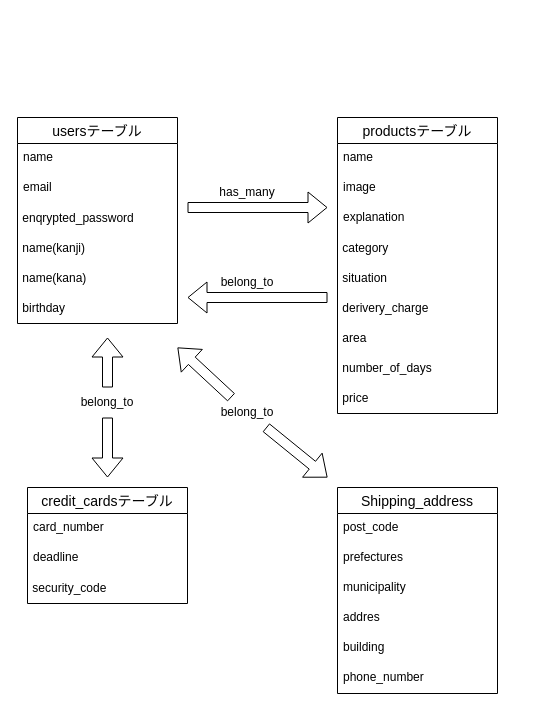
Before: page "ページ1" (1 of 2) of er図.dio in snsk1997/furima-38458, a draw.io diagram. Source tidied: cells renumbered, new cells numbered last; positions are measured from the earlier drawing's top-left corner, leaving out a move shared by most shapes. Both pictures are drawn from the tidied source at 100%, with x=0, y=0 at pixel (17, 117).
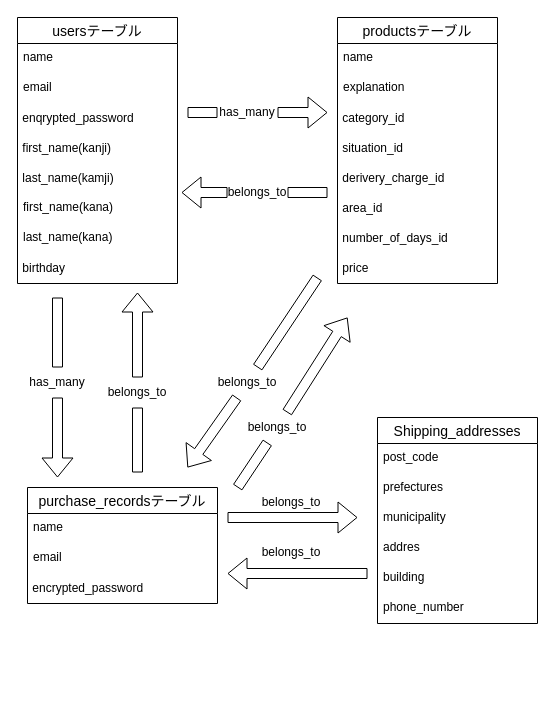
The same page after the edit.

Commit message:
README.mdファイル修正#2

What changed in the source:
```diff
@@
     <mxCell id="2" value="usersテーブル" style="swimlane;fontStyle=0;horizontal=1;startSize=26;align=center;fontSize=14;" parent="1" vertex="1">
-      <mxGeometry width="160" height="206" as="geometry" />
+      <mxGeometry y="-100" width="160" height="266" as="geometry" />
     </mxCell>
@@
-    <mxCell id="6" value="&amp;nbsp;name(kanji)" style="text;html=1;strokeColor=none;fillColor=none;align=left;verticalAlign=middle;whiteSpace=wrap;rounded=0;" parent="2" vertex="1">
+    <mxCell id="6" value="&amp;nbsp;first_name(kanji)" style="text;html=1;strokeColor=none;fillColor=none;align=left;verticalAlign=middle;whiteSpace=wrap;rounded=0;" parent="2" vertex="1">
       <mxGeometry y="116" width="160" height="30" as="geometry" />
     </mxCell>
-    <mxCell id="7" value="&amp;nbsp;name(kana)" style="text;html=1;strokeColor=none;fillColor=none;align=left;verticalAlign=middle;whiteSpace=wrap;rounded=0;" parent="2" vertex="1">
+    <mxCell id="7" value="&amp;nbsp;last_name(kamji)" style="text;html=1;strokeColor=none;fillColor=none;align=left;verticalAlign=middle;whiteSpace=wrap;rounded=0;" parent="2" vertex="1">
       <mxGeometry y="146" width="160" height="30" as="geometry" />
     </mxCell>
+    <mxCell id="40" value="first_name(kana)" style="text;strokeColor=none;fillColor=none;spacingLeft=4;spacingRight=4;overflow=hidden;fontSize=12;" parent="2" vertex="1">
+      <mxGeometry y="176" width="160" height="30" as="geometry" />
+    </mxCell>
+    <mxCell id="41" value="last_name(kana)" style="text;strokeColor=none;fillColor=none;spacingLeft=4;spacingRight=4;overflow=hidden;fontSize=12;" parent="2" vertex="1">
+      <mxGeometry y="206" width="160" height="30" as="geometry" />
+    </mxCell>
     <mxCell id="8" value="&amp;nbsp;birthday" style="text;html=1;strokeColor=none;fillColor=none;align=left;verticalAlign=middle;whiteSpace=wrap;rounded=0;" parent="2" vertex="1">
-      <mxGeometry y="176" width="160" height="30" as="geometry" />
+      <mxGeometry y="236" width="160" height="30" as="geometry" />
     </mxCell>
     <mxCell id="9" value="productsテーブル" style="swimlane;fontStyle=0;horizontal=1;startSize=26;align=center;fontSize=14;" parent="1" vertex="1">
-      <mxGeometry x="320" width="160" height="296" as="geometry" />
+      <mxGeometry x="320" y="-100" width="160" height="266" as="geometry" />
     </mxCell>
@@
-    <mxCell id="11" value="image" style="text;strokeColor=none;fillColor=none;spacingLeft=4;spacingRight=4;overflow=hidden;fontSize=12;" parent="9" vertex="1">
-      <mxGeometry y="56" width="160" height="30" as="geometry" />
-    </mxCell>
     <mxCell id="12" value="explanation" style="text;strokeColor=none;fillColor=none;spacingLeft=4;spacingRight=4;overflow=hidden;fontSize=12;" parent="9" vertex="1">
-      <mxGeometry y="86" width="160" height="30" as="geometry" />
+      <mxGeometry y="56" width="160" height="30" as="geometry" />
     </mxCell>
-    <mxCell id="13" value="&amp;nbsp;category" style="text;html=1;strokeColor=none;fillColor=none;align=left;verticalAlign=middle;whiteSpace=wrap;rounded=0;" parent="9" vertex="1">
-      <mxGeometry y="116" width="160" height="30" as="geometry" />
+    <mxCell id="13" value="&amp;nbsp;category_id" style="text;html=1;strokeColor=none;fillColor=none;align=left;verticalAlign=middle;whiteSpace=wrap;rounded=0;" parent="9" vertex="1">
+      <mxGeometry y="86" width="160" height="30" as="geometry" />
     </mxCell>
-    <mxCell id="14" value="&amp;nbsp;situation" style="text;html=1;strokeColor=none;fillColor=none;align=left;verticalAlign=middle;whiteSpace=wrap;rounded=0;" parent="9" vertex="1">
-      <mxGeometry y="146" width="160" height="30" as="geometry" />
+    <mxCell id="14" value="&amp;nbsp;situation_id" style="text;html=1;strokeColor=none;fillColor=none;align=left;verticalAlign=middle;whiteSpace=wrap;rounded=0;" parent="9" vertex="1">
+      <mxGeometry y="116" width="160" height="30" as="geometry" />
     </mxCell>
-    <mxCell id="15" value="&amp;nbsp;derivery_charge" style="text;html=1;strokeColor=none;fillColor=none;align=left;verticalAlign=middle;whiteSpace=wrap;rounded=0;" parent="9" vertex="1">
-      <mxGeometry y="176" width="160" height="30" as="geometry" />
+    <mxCell id="15" value="&amp;nbsp;derivery_charge_id" style="text;html=1;strokeColor=none;fillColor=none;align=left;verticalAlign=middle;whiteSpace=wrap;rounded=0;" parent="9" vertex="1">
+      <mxGeometry y="146" width="160" height="30" as="geometry" />
     </mxCell>
-    <mxCell id="16" value="&amp;nbsp;area" style="text;html=1;strokeColor=none;fillColor=none;align=left;verticalAlign=middle;whiteSpace=wrap;rounded=0;" parent="9" vertex="1">
-      <mxGeometry y="206" width="160" height="30" as="geometry" />
+    <mxCell id="16" value="&amp;nbsp;area_id" style="text;html=1;strokeColor=none;fillColor=none;align=left;verticalAlign=middle;whiteSpace=wrap;rounded=0;" parent="9" vertex="1">
+      <mxGeometry y="176" width="160" height="30" as="geometry" />
     </mxCell>
-    <mxCell id="17" value="&amp;nbsp;number_of_days" style="text;html=1;strokeColor=none;fillColor=none;align=left;verticalAlign=middle;whiteSpace=wrap;rounded=0;fontStyle=0;" parent="9" vertex="1">
-      <mxGeometry y="236" width="160" height="30" as="geometry" />
+    <mxCell id="17" value="&amp;nbsp;number_of_days_id" style="text;html=1;strokeColor=none;fillColor=none;align=left;verticalAlign=middle;whiteSpace=wrap;rounded=0;fontStyle=0;" parent="9" vertex="1">
+      <mxGeometry y="206" width="160" height="30" as="geometry" />
     </mxCell>
     <mxCell id="18" value="&amp;nbsp;price" style="text;html=1;strokeColor=none;fillColor=none;align=left;verticalAlign=middle;whiteSpace=wrap;rounded=0;" parent="9" vertex="1">
-      <mxGeometry y="266" width="160" height="30" as="geometry" />
+      <mxGeometry y="236" width="160" height="30" as="geometry" />
     </mxCell>
-    <mxCell id="19" value="credit_cardsテーブル" style="swimlane;fontStyle=0;horizontal=1;startSize=26;align=center;fontSize=14;" parent="1" vertex="1">
-      <mxGeometry x="10" y="370" width="160" height="116" as="geometry" />
+    <mxCell id="19" value="purchase_recordsテーブル" style="swimlane;fontStyle=0;horizontal=1;startSize=26;align=center;fontSize=14;" parent="1" vertex="1">
+      <mxGeometry x="10" y="370" width="190" height="116" as="geometry" />
     </mxCell>
-    <mxCell id="20" value="card_number" style="text;strokeColor=none;fillColor=none;spacingLeft=4;spacingRight=4;overflow=hidden;fontSize=12;" parent="19" vertex="1">
-      <mxGeometry y="26" width="160" height="30" as="geometry" />
+    <mxCell id="20" value="name" style="text;strokeColor=none;fillColor=none;spacingLeft=4;spacingRight=4;overflow=hidden;fontSize=12;" parent="19" vertex="1">
+      <mxGeometry y="26" width="190" height="30" as="geometry" />
     </mxCell>
-    <mxCell id="21" value="deadline" style="text;strokeColor=none;fillColor=none;spacingLeft=4;spacingRight=4;overflow=hidden;fontSize=12;" parent="19" vertex="1">
-      <mxGeometry y="56" width="160" height="30" as="geometry" />
+    <mxCell id="21" value="email" style="text;strokeColor=none;fillColor=none;spacingLeft=4;spacingRight=4;overflow=hidden;fontSize=12;" parent="19" vertex="1">
+      <mxGeometry y="56" width="190" height="30" as="geometry" />
     </mxCell>
-    <mxCell id="22" value="&amp;nbsp;security_code" style="text;html=1;strokeColor=none;fillColor=none;align=left;verticalAlign=middle;whiteSpace=wrap;rounded=0;" parent="19" vertex="1">
-      <mxGeometry y="86" width="160" height="30" as="geometry" />
+    <mxCell id="22" value="&amp;nbsp;encrypted_password" style="text;html=1;strokeColor=none;fillColor=none;align=left;verticalAlign=middle;whiteSpace=wrap;rounded=0;" parent="19" vertex="1">
+      <mxGeometry y="86" width="190" height="30" as="geometry" />
     </mxCell>
-    <mxCell id="23" value="Shipping_address" style="swimlane;fontStyle=0;horizontal=1;startSize=26;align=center;fontSize=14;" parent="1" vertex="1">
-      <mxGeometry x="320" y="370" width="160" height="206" as="geometry" />
+    <mxCell id="23" value="Shipping_addresses" style="swimlane;fontStyle=0;horizontal=1;startSize=26;align=center;fontSize=14;" parent="1" vertex="1">
+      <mxGeometry x="360" y="300" width="160" height="206" as="geometry" />
     </mxCell>
@@
-    <mxCell id="30" style="shape=flexArrow;endArrow=classic;html=1;" parent="1" edge="1">
+    <mxCell id="30" style="shape=flexArrow;endArrow=classic;html=1;startArrow=none;exitX=1;exitY=0.5;exitDx=0;exitDy=0;" parent="1" edge="1" source="32">
       <mxGeometry relative="1" as="geometry">
-        <mxPoint x="170" y="90" as="sourcePoint" />
-        <mxPoint x="310" y="90" as="targetPoint" />
+        <mxPoint x="310" y="-5" as="targetPoint" />
       </mxGeometry>
     </mxCell>
-    <mxCell id="31" style="shape=flexArrow;endArrow=classic;html=1;" parent="1" edge="1">
+    <mxCell id="31" style="shape=flexArrow;endArrow=classic;html=1;startArrow=none;" parent="1" edge="1" source="33">
       <mxGeometry relative="1" as="geometry">
-        <mxPoint x="310" y="180" as="sourcePoint" />
-        <mxPoint x="170" y="180" as="targetPoint" />
+        <mxPoint x="164" y="75" as="targetPoint" />
       </mxGeometry>
     </mxCell>
+    <mxCell id="34" style="shape=flexArrow;endArrow=classic;html=1;startArrow=none;" parent="1" edge="1" source="45">
+      <mxGeometry relative="1" as="geometry">
+        <mxPoint x="40" y="360" as="targetPoint" />
+      </mxGeometry>
+    </mxCell>
+    <mxCell id="37" style="shape=flexArrow;endArrow=classic;startArrow=none;html=1;" parent="1" edge="1" source="50">
+      <mxGeometry relative="1" as="geometry">
+        <mxPoint x="330" y="200" as="targetPoint" />
+      </mxGeometry>
+    </mxCell>
+    <mxCell id="39" style="shape=flexArrow;endArrow=none;startArrow=none;html=1;" parent="1" edge="1" source="38">
+      <mxGeometry relative="1" as="geometry">
+        <mxPoint x="300" y="160" as="targetPoint" />
+      </mxGeometry>
+    </mxCell>
+    <mxCell id="42" style="shape=flexArrow;endArrow=classic;html=1;startArrow=none;" parent="1" edge="1" source="43">
+      <mxGeometry relative="1" as="geometry">
+        <mxPoint x="120" y="175" as="targetPoint" />
+      </mxGeometry>
+    </mxCell>
+    <mxCell id="43" value="belongs_to" style="text;html=1;strokeColor=none;fillColor=none;align=center;verticalAlign=middle;whiteSpace=wrap;rounded=0;" parent="1" vertex="1">
+      <mxGeometry x="90" y="260" width="60" height="30" as="geometry" />
+    </mxCell>
+    <mxCell id="44" style="shape=flexArrow;endArrow=none;html=1;" parent="1" edge="1" target="43">
+      <mxGeometry relative="1" as="geometry">
+        <mxPoint x="120" y="355" as="sourcePoint" />
+      </mxGeometry>
+    </mxCell>
+    <mxCell id="45" value="has_many" style="text;html=1;strokeColor=none;fillColor=none;align=center;verticalAlign=middle;whiteSpace=wrap;rounded=0;" parent="1" vertex="1">
+      <mxGeometry x="10" y="250" width="60" height="30" as="geometry" />
+    </mxCell>
+    <mxCell id="46" style="shape=flexArrow;endArrow=none;html=1;startArrow=none;" parent="1" edge="1" target="45">
+      <mxGeometry relative="1" as="geometry">
+        <mxPoint x="40" y="180" as="sourcePoint" />
+      </mxGeometry>
+    </mxCell>
+    <mxCell id="33" value="belongs_to" style="text;html=1;strokeColor=none;fillColor=none;align=center;verticalAlign=middle;whiteSpace=wrap;rounded=0;" parent="1" vertex="1">
+      <mxGeometry x="210" y="60" width="60" height="30" as="geometry" />
+    </mxCell>
+    <mxCell id="47" style="shape=flexArrow;endArrow=none;html=1;" parent="1" edge="1" target="33">
+      <mxGeometry relative="1" as="geometry">
+        <mxPoint x="310" y="75" as="sourcePoint" />
+      </mxGeometry>
+    </mxCell>
     <mxCell id="32" value="has_many" style="text;html=1;strokeColor=none;fillColor=none;align=center;verticalAlign=middle;whiteSpace=wrap;rounded=0;" parent="1" vertex="1">
-      <mxGeometry x="200" y="60" width="60" height="30" as="geometry" />
+      <mxGeometry x="200" y="-20" width="60" height="30" as="geometry" />
     </mxCell>
-    <mxCell id="33" value="belong_to" style="text;html=1;strokeColor=none;fillColor=none;align=center;verticalAlign=middle;whiteSpace=wrap;rounded=0;" parent="1" vertex="1">
-      <mxGeometry x="200" y="150" width="60" height="30" as="geometry" />
-    </mxCell>
-    <mxCell id="34" style="shape=flexArrow;endArrow=classic;html=1;startArrow=none;" parent="1" edge="1" source="35">
-      <mxGeometry relative="1" as="geometry">
-        <mxPoint x="90" y="360" as="targetPoint" />
-      </mxGeometry>
-    </mxCell>
-    <mxCell id="35" value="belong_to" style="text;html=1;strokeColor=none;fillColor=none;align=center;verticalAlign=middle;whiteSpace=wrap;rounded=0;" parent="1" vertex="1">
-      <mxGeometry x="60" y="270" width="60" height="30" as="geometry" />
-    </mxCell>
-    <mxCell id="36" style="shape=flexArrow;endArrow=classic;html=1;" parent="1" edge="1">
-      <mxGeometry relative="1" as="geometry">
-        <mxPoint x="90" y="270" as="sourcePoint" />
-        <mxPoint x="90" y="220" as="targetPoint" />
-      </mxGeometry>
-    </mxCell>
-    <mxCell id="37" style="shape=flexArrow;endArrow=classic;startArrow=none;html=1;" parent="1" edge="1" source="38">
-      <mxGeometry relative="1" as="geometry">
-        <mxPoint x="310" y="360" as="targetPoint" />
-      </mxGeometry>
-    </mxCell>
+    <mxCell id="48" style="shape=flexArrow;endArrow=none;html=1;" parent="1" edge="1" target="32">
+      <mxGeometry relative="1" as="geometry">
+        <mxPoint x="170" y="-5" as="sourcePoint" />
+      </mxGeometry>
+    </mxCell>
-    <mxCell id="38" value="belong_to" style="text;html=1;strokeColor=none;fillColor=none;align=center;verticalAlign=middle;whiteSpace=wrap;rounded=0;" parent="1" vertex="1">
-      <mxGeometry x="200" y="280" width="60" height="30" as="geometry" />
+    <mxCell id="38" value="belongs_to" style="text;html=1;strokeColor=none;fillColor=none;align=center;verticalAlign=middle;whiteSpace=wrap;rounded=0;" parent="1" vertex="1">
+      <mxGeometry x="200" y="250" width="60" height="30" as="geometry" />
     </mxCell>
-    <mxCell id="39" style="shape=flexArrow;endArrow=none;startArrow=classic;html=1;" parent="1" edge="1" target="38">
-      <mxGeometry relative="1" as="geometry">
-        <mxPoint x="160" y="230" as="sourcePoint" />
-      </mxGeometry>
-    </mxCell>
+    <mxCell id="49" style="shape=flexArrow;endArrow=none;startArrow=classic;html=1;" parent="1" edge="1" target="38">
+      <mxGeometry relative="1" as="geometry">
+        <mxPoint x="170" y="350" as="sourcePoint" />
+      </mxGeometry>
+    </mxCell>
+    <mxCell id="50" value="belongs_to" style="text;html=1;strokeColor=none;fillColor=none;align=center;verticalAlign=middle;whiteSpace=wrap;rounded=0;" parent="1" vertex="1">
+      <mxGeometry x="230" y="295" width="60" height="30" as="geometry" />
+    </mxCell>
+    <mxCell id="51" style="shape=flexArrow;endArrow=none;startArrow=none;html=1;" parent="1" edge="1" target="50">
+      <mxGeometry relative="1" as="geometry">
+        <mxPoint x="220" y="370" as="sourcePoint" />
+      </mxGeometry>
+    </mxCell>
+    <mxCell id="52" style="shape=flexArrow;endArrow=classic;html=1;" parent="1" edge="1">
+      <mxGeometry relative="1" as="geometry">
+        <mxPoint x="210" y="400" as="sourcePoint" />
+        <mxPoint x="340" y="400" as="targetPoint" />
+      </mxGeometry>
+    </mxCell>
+    <mxCell id="53" style="shape=flexArrow;endArrow=classic;html=1;" parent="1" edge="1">
+      <mxGeometry relative="1" as="geometry">
+        <mxPoint x="350" y="456" as="sourcePoint" />
+        <mxPoint x="210" y="456" as="targetPoint" />
+      </mxGeometry>
+    </mxCell>
+    <mxCell id="54" value="belongs_to" style="text;html=1;strokeColor=none;fillColor=none;align=center;verticalAlign=middle;whiteSpace=wrap;rounded=0;" parent="1" vertex="1">
+      <mxGeometry x="244" y="370" width="60" height="30" as="geometry" />
+    </mxCell>
+    <mxCell id="55" value="belongs_to" style="text;html=1;strokeColor=none;fillColor=none;align=center;verticalAlign=middle;whiteSpace=wrap;rounded=0;" parent="1" vertex="1">
+      <mxGeometry x="244" y="420" width="60" height="30" as="geometry" />
+    </mxCell>
```
